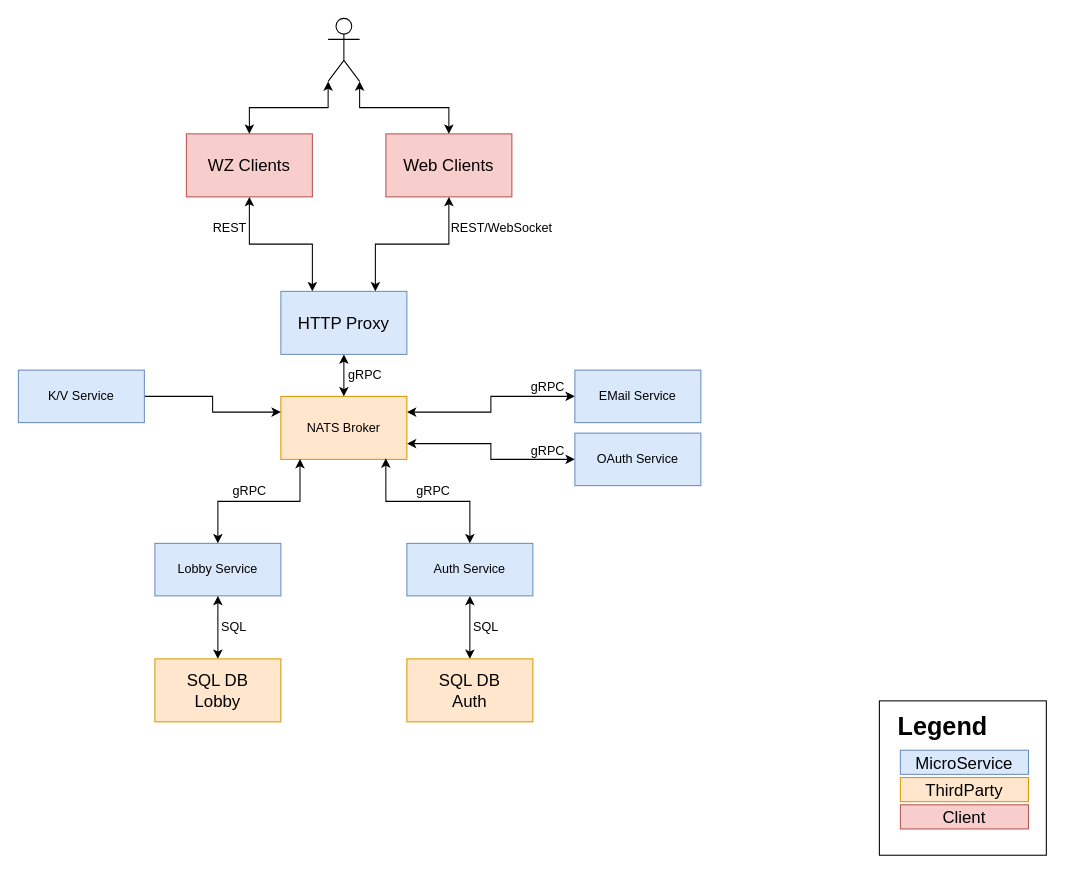
Earlier version of the draw.io diagram docs/micro-service-architecture.drawio (jochumdev/microlobby). Source tidied: cells renumbered, new cells numbered last; positions are measured from the earlier drawing's top-left corner, leaving out a move shared by most shapes. Both pictures are drawn from the tidied source at 105%, with x=0, y=0 at pixel (18, 18).
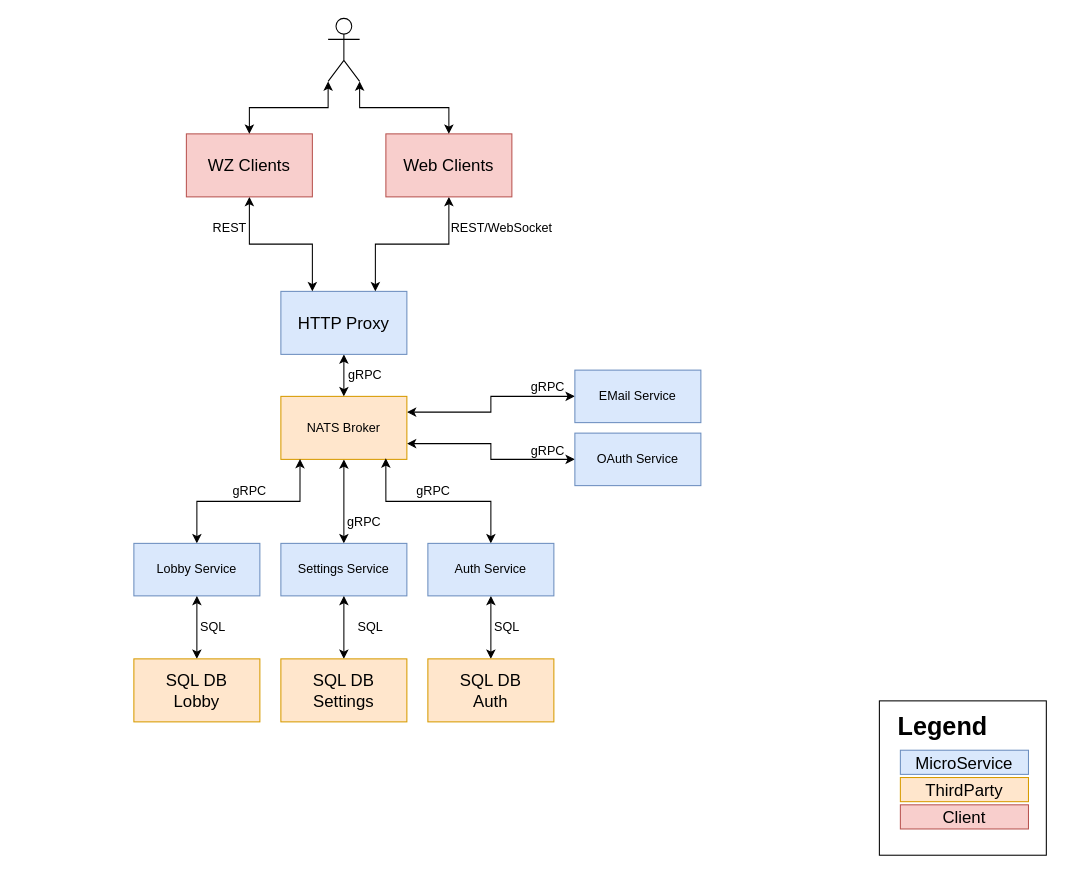
After the change.

Unchanged cells that the change refers to:
```xml
<mxCell id="5" value="NATS Broker" style="rounded=0;whiteSpace=wrap;html=1;fillColor=#ffe6cc;strokeColor=#d79b00;" parent="1" vertex="1">
  <mxGeometry x="250" y="360" width="120" height="60" as="geometry" />
</mxCell>
```

The edit, as a diff of the source:
```diff
@@
+    <mxCell id="40" style="edgeStyle=orthogonalEdgeStyle;rounded=0;jettySize=auto;html=1;exitX=0.5;exitY=1;exitDx=0;exitDy=0;entryX=0.5;entryY=0;entryDx=0;entryDy=0;startArrow=classic;startFill=1;" parent="1" edge="1" source="5" target="39">
+      <mxGeometry relative="1" as="geometry" />
+    </mxCell>
@@
     <mxCell id="7" value="Lobby Service" style="rounded=0;whiteSpace=wrap;html=1;fillColor=#dae8fc;strokeColor=#6c8ebf;" parent="1" vertex="1">
-      <mxGeometry x="130" y="500" width="120" height="50" as="geometry" />
+      <mxGeometry x="110" y="500" width="120" height="50" as="geometry" />
     </mxCell>
@@
     <mxCell id="14" value="Auth Service" style="rounded=0;whiteSpace=wrap;html=1;fillColor=#dae8fc;strokeColor=#6c8ebf;" parent="1" vertex="1">
-      <mxGeometry x="370" y="500" width="120" height="50" as="geometry" />
+      <mxGeometry x="390" y="500" width="120" height="50" as="geometry" />
     </mxCell>
@@
     <mxCell id="22" value="SQL DB&lt;br&gt;Lobby" style="rounded=0;whiteSpace=wrap;html=1;fontSize=16;fillColor=#ffe6cc;strokeColor=#d79b00;" parent="1" vertex="1">
-      <mxGeometry x="130" y="610" width="120" height="60" as="geometry" />
+      <mxGeometry x="110" y="610" width="120" height="60" as="geometry" />
     </mxCell>
     <mxCell id="23" value="SQL DB&lt;br&gt;Auth" style="rounded=0;whiteSpace=wrap;html=1;fontSize=16;fillColor=#ffe6cc;strokeColor=#d79b00;" parent="1" vertex="1">
-      <mxGeometry x="370" y="610" width="120" height="60" as="geometry" />
+      <mxGeometry x="390" y="610" width="120" height="60" as="geometry" />
     </mxCell>
@@
     <mxCell id="32" value="SQL" style="text;html=1;align=center;verticalAlign=middle;strokeColor=none;fillColor=none;" parent="1" vertex="1">
-      <mxGeometry x="185" y="570" width="40" height="20" as="geometry" />
+      <mxGeometry x="165" y="570" width="40" height="20" as="geometry" />
     </mxCell>
     <mxCell id="33" value="SQL" style="text;html=1;align=center;verticalAlign=middle;strokeColor=none;fillColor=none;" parent="1" vertex="1">
-      <mxGeometry x="425" y="570" width="40" height="20" as="geometry" />
+      <mxGeometry x="445" y="570" width="40" height="20" as="geometry" />
     </mxCell>
@@
-    <mxCell id="38" style="edgeStyle=orthogonalEdgeStyle;rounded=0;jettySize=auto;html=1;exitX=1;exitY=0.5;exitDx=0;exitDy=0;entryX=0;entryY=0.25;entryDx=0;entryDy=0;" parent="1" edge="1" source="39" target="5">
-      <mxGeometry relative="1" as="geometry" />
-    </mxCell>
-    <mxCell id="39" value="K/V Service" style="whiteSpace=wrap;html=1;fillColor=#dae8fc;strokeColor=#6c8ebf;" parent="1" vertex="1">
-      <mxGeometry y="335" width="120" height="50" as="geometry" />
+    <mxCell id="39" value="Settings Service" style="whiteSpace=wrap;html=1;fillColor=#dae8fc;strokeColor=#6c8ebf;" parent="1" vertex="1">
+      <mxGeometry x="250" y="500" width="120" height="50" as="geometry" />
     </mxCell>
+    <mxCell id="41" value="gRPC" style="text;html=1;align=center;verticalAlign=middle;strokeColor=none;fillColor=none;" parent="1" vertex="1">
+      <mxGeometry x="304" y="470" width="50" height="20" as="geometry" />
+    </mxCell>
+    <mxCell id="42" style="edgeStyle=orthogonalEdgeStyle;rounded=0;jettySize=auto;html=1;exitX=0.5;exitY=0;exitDx=0;exitDy=0;entryX=0.5;entryY=1;entryDx=0;entryDy=0;startArrow=classic;startFill=1;" parent="1" edge="1" source="43" target="39">
+      <mxGeometry relative="1" as="geometry" />
+    </mxCell>
+    <mxCell id="43" value="SQL DB&lt;br&gt;Settings" style="rounded=0;whiteSpace=wrap;html=1;fontSize=16;fillColor=#ffe6cc;strokeColor=#d79b00;" parent="1" vertex="1">
+      <mxGeometry x="250" y="610" width="120" height="60" as="geometry" />
+    </mxCell>
+    <mxCell id="44" value="SQL" style="text;html=1;align=center;verticalAlign=middle;strokeColor=none;fillColor=none;" parent="1" vertex="1">
+      <mxGeometry x="315" y="570" width="40" height="20" as="geometry" />
+    </mxCell>
```
